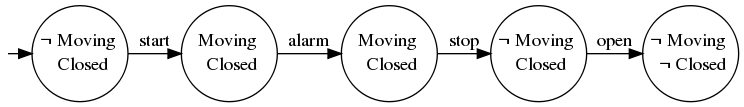
The Graphviz diagram writing/src/2-framework/images/decorating-trace.png in blambeau/phd, before a commit. Its source is kept beside it as writing/src/2-framework/images/decorating-trace.dot.
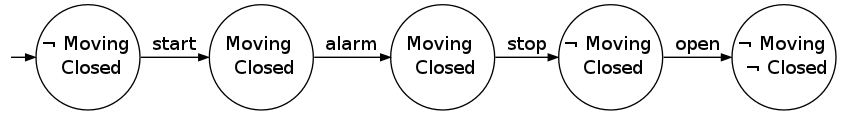
After the change.

What changed in the source:
```diff
@@ -1,13 +1,18 @@
 digraph G {
-  graph [rankdir="LR" ranksep=0];
-  node [color="black" fillcolor="white" shape="circle" style="filled"  fixedsize=true width=1.0]
-  zz [label="" color="white" fillcolor="white" shape="circle" style="filled" fixedsize=true width=0.0];
+  graph [pack=true rankdir=LR ranksep=0 margin=0];
+  node [shape=circle color=black width=1.1 height=1.1 fixedsize=true]
+  edge [arrowsize=0.7]
+
+  zz [label="" color="white" fillcolor="white" shape="circle" style="filled"
+      width=0.05 height=0.05 fixedsize=true ];
+  zz -> 0 [label=""];
+
   0 [label="&not; Moving \n Closed"];
   1 [label="Moving \n Closed"];
   2 [label="Moving \n Closed"];
   3 [label="&not; Moving \n Closed"];
   4 [label="&not; Moving \n &not; Closed"];
-  zz -> 0 [label=""];
+
   0 -> 1 [label="start"];
   1 -> 2 [label="alarm"];
   2 -> 3 [label="stop"];
```
